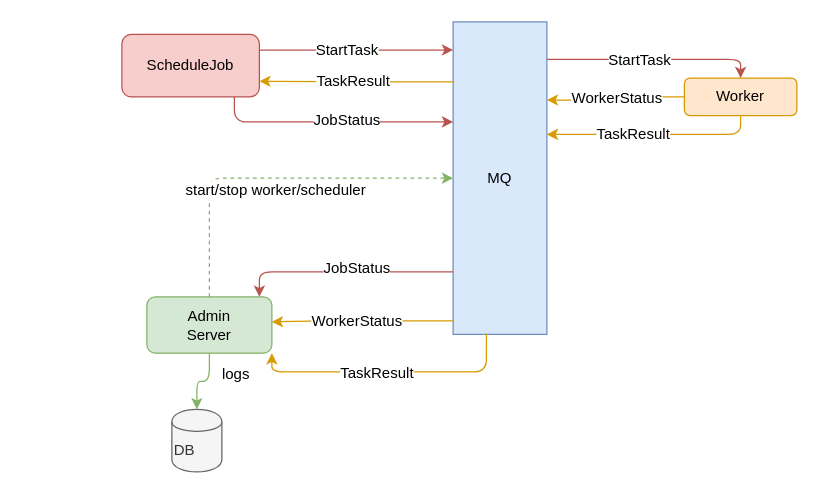
Above: doc/framework.drawio in jupiterben/taskman (draw.io), before the change. Source tidied: cells renumbered, new cells numbered last; positions are measured from the earlier drawing's top-left corner, leaving out a move shared by most shapes. Both pictures are drawn from the tidied source at 125%, with x=0, y=0 at pixel (121, 21).
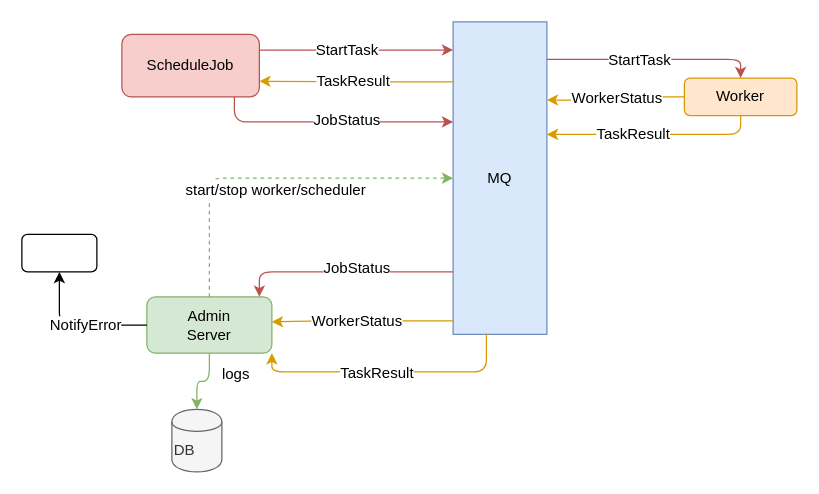
The same diagram, later.

Unchanged cells that the change refers to:
```xml
<mxCell id="4" value="Admin&lt;br&gt;Server" style="rounded=1;whiteSpace=wrap;html=1;fillColor=#d5e8d4;strokeColor=#82b366;" parent="1" vertex="1">
  <mxGeometry x="20" y="220" width="100" height="45" as="geometry" />
</mxCell>
```

Diff of the diagram source:
```diff
@@
+    <mxCell id="30" style="rounded=1;whiteSpace=wrap;html=1;" parent="1" vertex="1">
+      <mxGeometry x="-80" y="170" width="60" height="30" as="geometry" />
+    </mxCell>
+    <mxCell id="31" style="endArrow=classic;html=1;entryX=0.5;entryY=1;entryDx=0;entryDy=0;edgeStyle=orthogonalEdgeStyle;" parent="1" edge="1" source="4" target="30">
+      <mxGeometry relative="1" as="geometry" />
+    </mxCell>
+    <mxCell id="32" value="NotifyError" style="text;html=1;align=center;verticalAlign=middle;labelBackgroundColor=#ffffff;" parent="31" vertex="1">
+      <mxGeometry x="0.08" y="-3" relative="1" as="geometry">
+        <mxPoint x="11" y="2.5" as="offset" />
+      </mxGeometry>
+    </mxCell>
```
